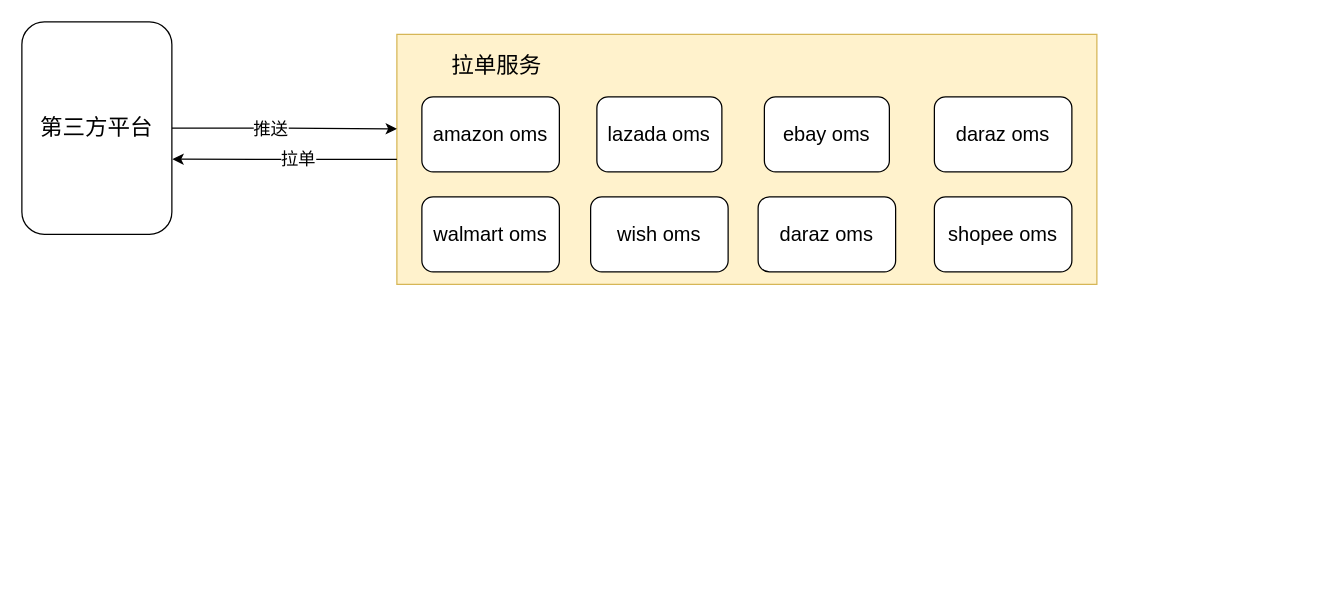
This is longpean/OMS系统架构.drawio from GitHeP/diagrams, a draw.io file, before an edit. Source tidied: cells renumbered, new cells numbered last; positions are measured from the earlier drawing's top-left corner, leaving out a move shared by most shapes. Both pictures are drawn from the tidied source at 125%, with x=0, y=0 at pixel (21, 21).
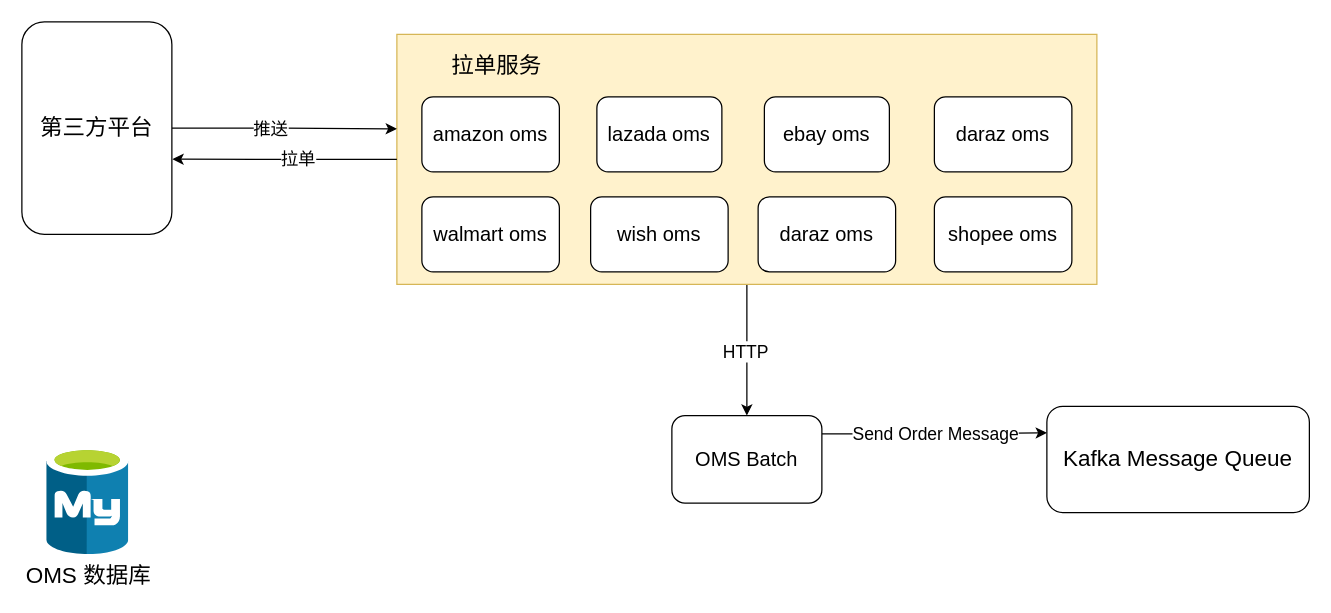
The same page after the edit.

Commit message (it also covers changes not shown here):
更新OMS系统架构.drawio

The change refers to these unchanged cells:
```xml
<mxCell id="2" style="rounded=0;whiteSpace=wrap;html=1;fillColor=#fff2cc;strokeColor=#d6b656;" parent="1" vertex="1">
  <mxGeometry x="300" y="10" width="560" height="200" as="geometry" />
</mxCell>
```

Change to the diagram source:
```diff
@@
+    <mxCell id="17" style="edgeStyle=orthogonalEdgeStyle;rounded=0;jettySize=auto;html=1;" parent="1" edge="1" source="2" target="22">
+      <mxGeometry relative="1" as="geometry" />
+    </mxCell>
+    <mxCell id="18" value="&lt;font style=&quot;font-size: 14px;&quot;&gt;HTTP&lt;/font&gt;" style="edgeLabel;html=1;align=center;verticalAlign=middle;" parent="17" vertex="1">
+      <mxGeometry x="0.01" y="-2" relative="1" as="geometry" />
+    </mxCell>
@@
+    <mxCell id="19" value="&lt;font style=&quot;font-size: 18px;&quot;&gt;OMS 数据库&lt;/font&gt;" style="image;sketch=0;html=1;align=center;fontSize=12;image=img/lib/mscae/Azure_Database_for_MySQL_servers.svg;" parent="1" vertex="1">
+      <mxGeometry x="20" y="340" width="65.6" height="86.3" as="geometry" />
+    </mxCell>
+    <mxCell id="20" style="edgeStyle=orthogonalEdgeStyle;rounded=0;jettySize=auto;html=1;entryX=0;entryY=0.25;entryDx=0;entryDy=0;exitX=1;exitY=0.208;exitDx=0;exitDy=0;exitPerimeter=0;" parent="1" edge="1" source="22" target="23">
+      <mxGeometry relative="1" as="geometry" />
+    </mxCell>
+    <mxCell id="21" value="&lt;font style=&quot;font-size: 14px;&quot;&gt;Send Order Message&lt;/font&gt;" style="edgeLabel;html=1;align=center;verticalAlign=middle;" parent="20" vertex="1">
+      <mxGeometry x="0.04" y="-2" relative="1" as="geometry">
+        <mxPoint x="-3" y="-1" as="offset" />
+      </mxGeometry>
+    </mxCell>
+    <mxCell id="22" value="&lt;font style=&quot;font-size: 16px;&quot;&gt;OMS Batch&lt;/font&gt;" style="rounded=1;whiteSpace=wrap;html=1;" parent="1" vertex="1">
+      <mxGeometry x="520" y="315" width="120" height="70" as="geometry" />
+    </mxCell>
+    <mxCell id="23" value="&lt;font style=&quot;font-size: 18px;&quot;&gt;Kafka Message Queue&lt;/font&gt;" style="rounded=1;whiteSpace=wrap;html=1;" parent="1" vertex="1">
+      <mxGeometry x="820" y="307.5" width="210" height="85" as="geometry" />
+    </mxCell>
```
